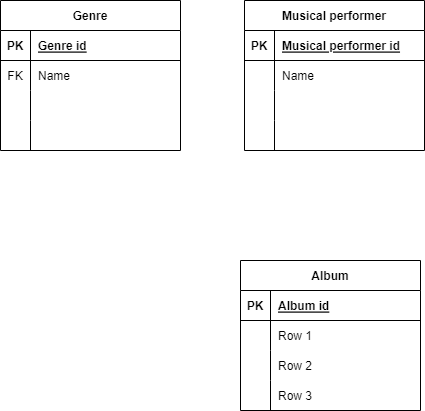
Earlier version of the draw.io export Music site.drawio.png (VadimRoziznan/Music-site). Source tidied: cells renumbered, new cells last; positions are measured from the earlier drawing's top-left corner, leaving out a move shared by most shapes.
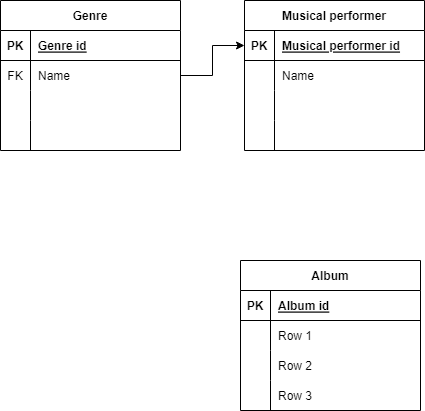
The same file after the commit.

The edit, as a diff of the source:
```diff
@@ -119,5 +119,8 @@
     <mxCell id="40" value="Row 3" style="shape=partialRectangle;fillColor=none;top=0;left=0;bottom=0;right=0;align=left;spacingLeft=6;overflow=hidden;strokeColor=default;fontFamily=Helvetica;fontSize=12;fontColor=default;" parent="38" vertex="1">
       <mxGeometry x="30" width="150" height="30" as="geometry" />
     </mxCell>
+    <mxCell id="41" style="edgeStyle=orthogonalEdgeStyle;rounded=0;jettySize=auto;html=1;entryX=0;entryY=0.5;entryDx=0;entryDy=0;fontFamily=Helvetica;fontSize=12;fontColor=default;" parent="1" edge="1" source="6" target="16">
+      <mxGeometry relative="1" as="geometry" />
+    </mxCell>
   </root>
 </mxGraphModel>
```
